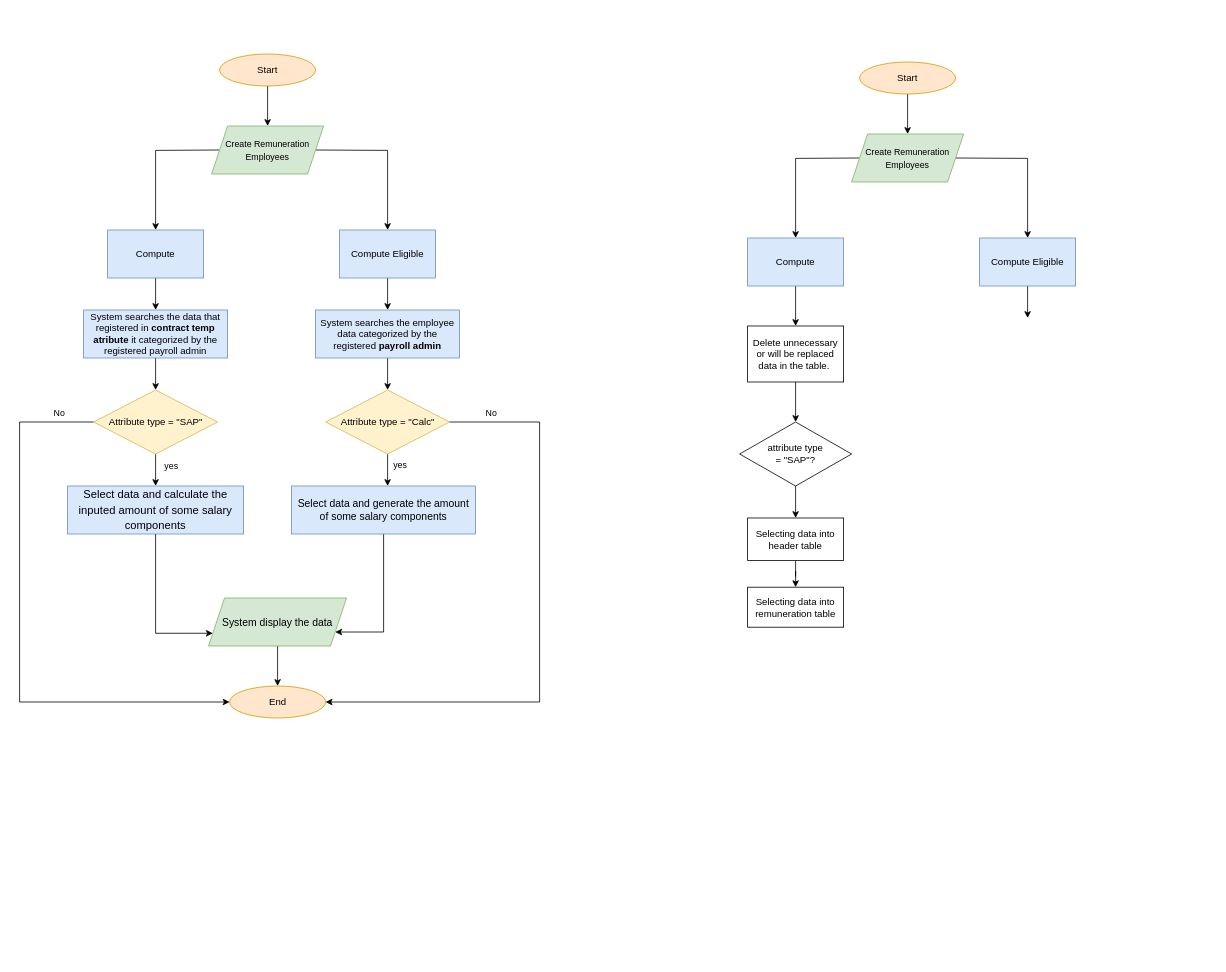
Earlier version of the draw.io diagram Remuneration.drawio (jezreelkosasih/diagram). Source tidied: cells renumbered, new cells numbered last; positions are measured from the earlier drawing's top-left corner, leaving out a move shared by most shapes. Both pictures are drawn from the tidied source at 80%, with x=0, y=0 at pixel (19, 54).
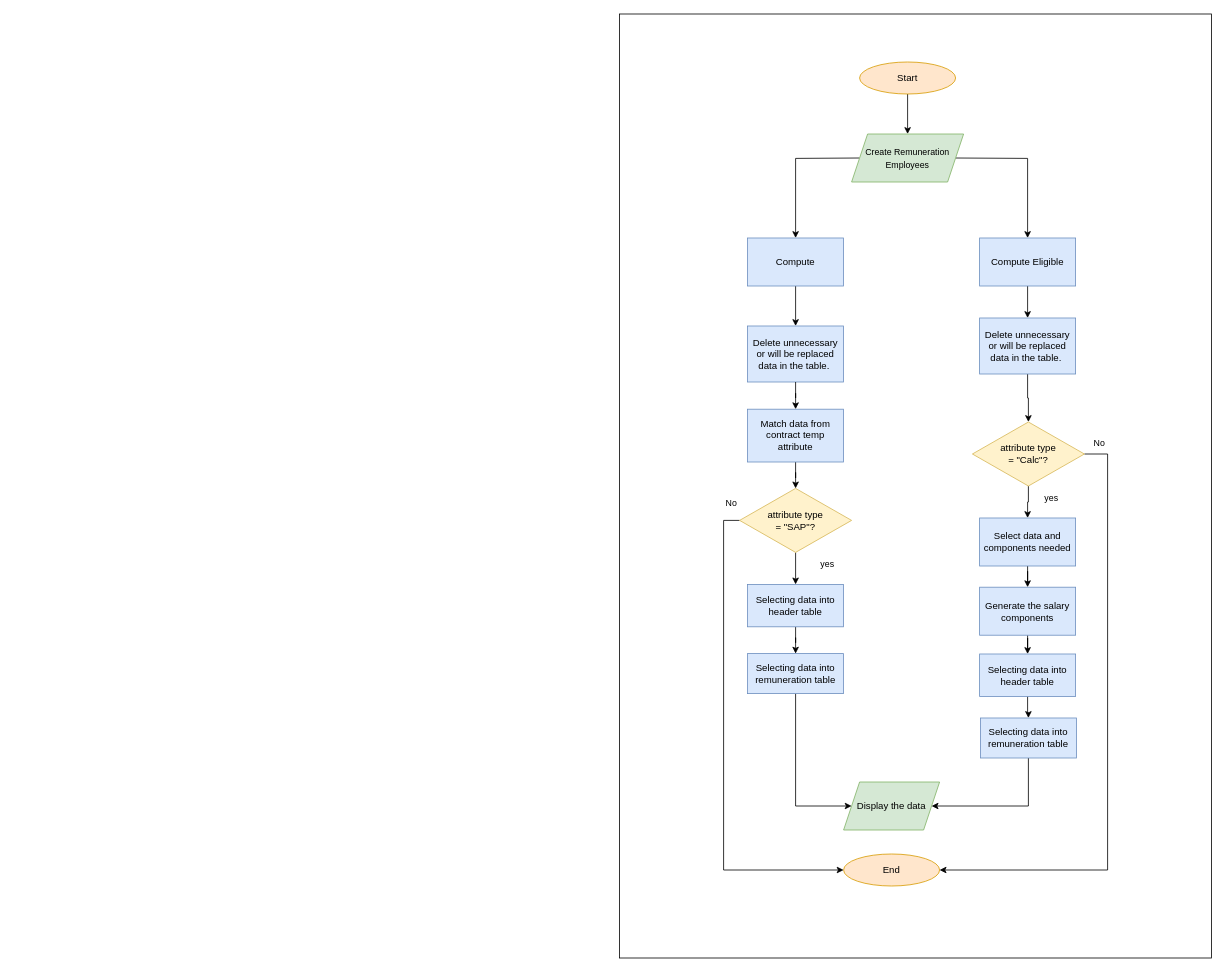
The same page after the edit.

Diff of the diagram source:
```diff
@@
-    <mxCell id="2" style="edgeStyle=orthogonalEdgeStyle;rounded=0;jettySize=auto;html=1;" parent="1" edge="1" source="3">
-      <mxGeometry relative="1" as="geometry">
-        <mxPoint x="310" y="90" as="targetPoint" />
-      </mxGeometry>
-    </mxCell>
-    <mxCell id="3" value="Start" style="ellipse;whiteSpace=wrap;html=1;fillColor=#ffe6cc;strokeColor=#d79b00;" parent="1" vertex="1">
-      <mxGeometry x="250" width="120" height="40" as="geometry" />
-    </mxCell>
-    <mxCell id="4" style="edgeStyle=orthogonalEdgeStyle;rounded=0;jettySize=auto;html=1;" parent="1" edge="1" target="6">
-      <mxGeometry relative="1" as="geometry">
-        <mxPoint x="250" y="120" as="sourcePoint" />
-      </mxGeometry>
-    </mxCell>
-    <mxCell id="5" style="edgeStyle=orthogonalEdgeStyle;rounded=0;jettySize=auto;html=1;fontFamily=Helvetica;fontSize=11;fontColor=#000000;" parent="1" edge="1" source="6" target="25">
-      <mxGeometry relative="1" as="geometry" />
-    </mxCell>
-    <mxCell id="6" value="Compute" style="rounded=0;whiteSpace=wrap;html=1;fillColor=#dae8fc;strokeColor=#6c8ebf;" parent="1" vertex="1">
-      <mxGeometry x="110" y="220" width="120" height="60" as="geometry" />
-    </mxCell>
-    <mxCell id="7" style="edgeStyle=orthogonalEdgeStyle;rounded=0;jettySize=auto;html=1;exitX=1;exitY=0.5;exitDx=0;exitDy=0;" parent="1" edge="1" target="9">
-      <mxGeometry relative="1" as="geometry">
-        <mxPoint x="370" y="120" as="sourcePoint" />
-      </mxGeometry>
-    </mxCell>
-    <mxCell id="8" style="edgeStyle=orthogonalEdgeStyle;rounded=0;jettySize=auto;html=1;entryX=0.5;entryY=0;entryDx=0;entryDy=0;" parent="1" edge="1" source="9" target="27">
-      <mxGeometry relative="1" as="geometry" />
-    </mxCell>
-    <mxCell id="9" value="Compute Eligible" style="rounded=0;whiteSpace=wrap;html=1;fillColor=#dae8fc;strokeColor=#6c8ebf;" parent="1" vertex="1">
-      <mxGeometry x="400" y="220" width="120" height="60" as="geometry" />
-    </mxCell>
-    <mxCell id="10" style="edgeStyle=orthogonalEdgeStyle;rounded=0;jettySize=auto;html=1;" parent="1" edge="1" source="12" target="18">
-      <mxGeometry relative="1" as="geometry" />
-    </mxCell>
-    <mxCell id="11" style="edgeStyle=orthogonalEdgeStyle;rounded=0;jettySize=auto;html=1;entryX=0;entryY=0.5;entryDx=0;entryDy=0;fontFamily=Helvetica;" parent="1" edge="1" source="12" target="16">
-      <mxGeometry relative="1" as="geometry">
-        <Array as="points">
-          <mxPoint y="460" />
-          <mxPoint y="810" />
-        </Array>
-      </mxGeometry>
-    </mxCell>
-    <mxCell id="12" value="Attribute type = &quot;SAP&quot;" style="rhombus;whiteSpace=wrap;html=1;fillColor=#fff2cc;strokeColor=#d6b656;" parent="1" vertex="1">
-      <mxGeometry x="92.5" y="420" width="155" height="80" as="geometry" />
-    </mxCell>
-    <mxCell id="13" style="edgeStyle=orthogonalEdgeStyle;rounded=0;jettySize=auto;html=1;fontFamily=Helvetica;" parent="1" edge="1" source="15" target="20">
-      <mxGeometry relative="1" as="geometry">
-        <Array as="points">
-          <mxPoint x="460" y="530" />
-          <mxPoint x="460" y="530" />
-        </Array>
-      </mxGeometry>
-    </mxCell>
-    <mxCell id="14" style="edgeStyle=orthogonalEdgeStyle;rounded=0;jettySize=auto;html=1;entryX=1;entryY=0.5;entryDx=0;entryDy=0;fontFamily=Helvetica;" parent="1" edge="1" source="15" target="16">
-      <mxGeometry relative="1" as="geometry">
-        <Array as="points">
-          <mxPoint x="650" y="460" />
-          <mxPoint x="650" y="810" />
-        </Array>
-      </mxGeometry>
-    </mxCell>
-    <mxCell id="15" value="Attribute type = &quot;Calc&quot;" style="rhombus;whiteSpace=wrap;html=1;fillColor=#fff2cc;strokeColor=#d6b656;" parent="1" vertex="1">
-      <mxGeometry x="382.5" y="420" width="155" height="80" as="geometry" />
-    </mxCell>
-    <mxCell id="16" value="End" style="ellipse;whiteSpace=wrap;html=1;fillColor=#ffe6cc;strokeColor=#d79b00;" parent="1" vertex="1">
-      <mxGeometry x="262.5" y="790" width="120" height="40" as="geometry" />
-    </mxCell>
-    <mxCell id="17" style="edgeStyle=orthogonalEdgeStyle;rounded=0;jettySize=auto;html=1;fontFamily=Helvetica;fontSize=11;fontColor=#000000;entryX=0;entryY=0.75;entryDx=0;entryDy=0;" parent="1" edge="1" source="18" target="22">
-      <mxGeometry relative="1" as="geometry">
-        <Array as="points">
-          <mxPoint x="170" y="724" />
-        </Array>
-      </mxGeometry>
-    </mxCell>
-    <mxCell id="18" value="&lt;p style=&quot;font-size: 14px; line-height: 19px;&quot;&gt;Select data and calculate the inputed amount of some salary components&lt;/p&gt;" style="rounded=0;whiteSpace=wrap;html=1;fillColor=#dae8fc;strokeColor=#6c8ebf;" parent="1" vertex="1">
-      <mxGeometry x="60" y="540" width="220" height="60" as="geometry" />
-    </mxCell>
-    <mxCell id="19" style="edgeStyle=orthogonalEdgeStyle;rounded=0;jettySize=auto;html=1;entryX=1;entryY=0.75;entryDx=0;entryDy=0;fontFamily=Helvetica;fontSize=11;fontColor=#000000;" parent="1" edge="1" source="20" target="22">
-      <mxGeometry relative="1" as="geometry">
-        <Array as="points">
-          <mxPoint x="455" y="723" />
-        </Array>
-      </mxGeometry>
-    </mxCell>
-    <mxCell id="20" value="&lt;span style=&quot;font-size: 13px;&quot;&gt;Select data and generate the amount of some salary components&lt;/span&gt;" style="rounded=0;whiteSpace=wrap;html=1;fillColor=#dae8fc;strokeColor=#6c8ebf;" parent="1" vertex="1">
-      <mxGeometry x="340" y="540" width="230" height="60" as="geometry" />
-    </mxCell>
-    <mxCell id="21" style="edgeStyle=orthogonalEdgeStyle;rounded=0;jettySize=auto;html=1;fontFamily=Helvetica;fontSize=11;fontColor=#000000;" parent="1" edge="1" source="22" target="16">
-      <mxGeometry relative="1" as="geometry" />
-    </mxCell>
-    <mxCell id="22" value="System display the data" style="shape=parallelogram;perimeter=parallelogramPerimeter;whiteSpace=wrap;html=1;fixedSize=1;labelBackgroundColor=none;fontFamily=Helvetica;fontSize=13;fillColor=#d5e8d4;strokeColor=#82b366;" parent="1" vertex="1">
-      <mxGeometry x="236.2" y="680" width="172.5" height="60" as="geometry" />
-    </mxCell>
-    <mxCell id="23" value="&lt;font style=&quot;font-size: 11px;&quot;&gt;Create Remuneration Employees&lt;/font&gt;" style="shape=parallelogram;perimeter=parallelogramPerimeter;whiteSpace=wrap;html=1;fixedSize=1;labelBackgroundColor=none;fontFamily=Helvetica;fontSize=13;fillColor=#d5e8d4;strokeColor=#82b366;" parent="1" vertex="1">
-      <mxGeometry x="240" y="90" width="140" height="60" as="geometry" />
-    </mxCell>
-    <mxCell id="24" style="edgeStyle=orthogonalEdgeStyle;rounded=0;jettySize=auto;html=1;fontFamily=Helvetica;fontSize=11;fontColor=#000000;" parent="1" edge="1" source="25" target="12">
-      <mxGeometry relative="1" as="geometry" />
-    </mxCell>
-    <mxCell id="25" value="System searches the data that registered in &lt;b&gt;contract temp atribute &lt;/b&gt;it categorized by the registered payroll admin" style="rounded=0;whiteSpace=wrap;html=1;fillColor=#dae8fc;strokeColor=#6c8ebf;" parent="1" vertex="1">
-      <mxGeometry x="80" y="320" width="180" height="60" as="geometry" />
-    </mxCell>
-    <mxCell id="26" style="edgeStyle=orthogonalEdgeStyle;rounded=0;jettySize=auto;html=1;fontFamily=Helvetica;fontSize=11;fontColor=#000000;" parent="1" edge="1" source="27" target="15">
-      <mxGeometry relative="1" as="geometry" />
-    </mxCell>
-    <mxCell id="27" value="System searches the employee data&amp;nbsp;categorized by the registered &lt;b&gt;payroll admin&lt;/b&gt;" style="rounded=0;whiteSpace=wrap;html=1;fillColor=#dae8fc;strokeColor=#6c8ebf;" parent="1" vertex="1">
-      <mxGeometry x="370" y="320" width="180" height="60" as="geometry" />
-    </mxCell>
-    <mxCell id="28" value="&lt;br&gt;No" style="text;html=1;strokeColor=none;fillColor=none;align=center;verticalAlign=middle;whiteSpace=wrap;rounded=0;labelBackgroundColor=none;fontFamily=Helvetica;fontSize=11;fontColor=#000000;" parent="1" vertex="1">
-      <mxGeometry x="20" y="427" width="60" height="30" as="geometry" />
-    </mxCell>
-    <mxCell id="29" value="&lt;br&gt;No" style="text;html=1;strokeColor=none;fillColor=none;align=center;verticalAlign=middle;whiteSpace=wrap;rounded=0;labelBackgroundColor=none;fontFamily=Helvetica;fontSize=11;fontColor=#000000;" parent="1" vertex="1">
-      <mxGeometry x="560" y="427" width="60" height="30" as="geometry" />
-    </mxCell>
-    <mxCell id="30" value="yes" style="text;html=1;strokeColor=none;fillColor=none;align=center;verticalAlign=middle;whiteSpace=wrap;rounded=0;labelBackgroundColor=none;fontFamily=Helvetica;fontSize=11;fontColor=#000000;" parent="1" vertex="1">
-      <mxGeometry x="160" y="500" width="60" height="30" as="geometry" />
-    </mxCell>
-    <mxCell id="31" value="yes" style="text;html=1;strokeColor=none;fillColor=none;align=center;verticalAlign=middle;whiteSpace=wrap;rounded=0;labelBackgroundColor=none;fontFamily=Helvetica;fontSize=11;fontColor=#000000;" parent="1" vertex="1">
-      <mxGeometry x="446" y="499" width="60" height="30" as="geometry" />
-    </mxCell>
@@
-    <mxCell id="42" style="edgeStyle=orthogonalEdgeStyle;rounded=0;jettySize=auto;html=1;fontFamily=Helvetica;fontSize=11;fontColor=#000000;entryX=0.5;entryY=0;entryDx=0;entryDy=0;" parent="1" edge="1" source="43" target="48">
+    <mxCell id="42" style="edgeStyle=orthogonalEdgeStyle;rounded=0;jettySize=auto;html=1;fontFamily=Helvetica;fontSize=11;fontColor=#000000;entryX=0.5;entryY=0;entryDx=0;entryDy=0;startArrow=none;" parent="1" edge="1" source="70" target="48">
       <mxGeometry relative="1" as="geometry" />
     </mxCell>
-    <mxCell id="43" value="&lt;font style=&quot;font-size: 12px;&quot;&gt;Delete unnecessary or will be replaced data in the table.&amp;nbsp;&lt;/font&gt;" style="rounded=0;whiteSpace=wrap;html=1;labelBackgroundColor=none;fontFamily=Helvetica;fontSize=11;fontColor=#000000;" parent="1" vertex="1">
+    <mxCell id="43" value="&lt;font style=&quot;font-size: 12px;&quot;&gt;Delete unnecessary or will be replaced data in the table.&amp;nbsp;&lt;/font&gt;" style="rounded=0;whiteSpace=wrap;html=1;labelBackgroundColor=none;fontFamily=Helvetica;fontSize=11;fillColor=#dae8fc;strokeColor=#6c8ebf;" parent="1" vertex="1">
       <mxGeometry x="910" y="340" width="120" height="70" as="geometry" />
     </mxCell>
@@
-    <mxCell id="45" value="&lt;font style=&quot;font-size: 12px;&quot;&gt;Selecting data into header table&lt;/font&gt;" style="rounded=0;whiteSpace=wrap;html=1;labelBackgroundColor=none;fontFamily=Helvetica;fontSize=11;fontColor=#000000;" parent="1" vertex="1">
-      <mxGeometry x="910" y="580" width="120" height="53" as="geometry" />
+    <mxCell id="45" value="&lt;font style=&quot;font-size: 12px;&quot;&gt;Selecting data into header table&lt;/font&gt;" style="rounded=0;whiteSpace=wrap;html=1;labelBackgroundColor=none;fontFamily=Helvetica;fontSize=11;fillColor=#dae8fc;strokeColor=#6c8ebf;" parent="1" vertex="1">
+      <mxGeometry x="910" y="663" width="120" height="53" as="geometry" />
     </mxCell>
+    <mxCell id="49" style="edgeStyle=orthogonalEdgeStyle;rounded=0;jettySize=auto;html=1;entryX=0;entryY=0.5;entryDx=0;entryDy=0;fontFamily=Helvetica;fontSize=12;fontColor=#000000;" parent="1" edge="1" source="46" target="64">
+      <mxGeometry relative="1" as="geometry">
+        <Array as="points">
+          <mxPoint x="970" y="940" />
+        </Array>
+      </mxGeometry>
+    </mxCell>
-    <mxCell id="46" value="&lt;font style=&quot;font-size: 12px;&quot;&gt;Selecting data into &lt;br&gt;remuneration table&lt;/font&gt;" style="rounded=0;whiteSpace=wrap;html=1;labelBackgroundColor=none;fontFamily=Helvetica;fontSize=11;fontColor=#000000;" parent="1" vertex="1">
-      <mxGeometry x="910" y="666.5" width="120" height="50" as="geometry" />
+    <mxCell id="46" value="&lt;font style=&quot;font-size: 12px;&quot;&gt;Selecting data into &lt;br&gt;remuneration table&lt;/font&gt;" style="rounded=0;whiteSpace=wrap;html=1;labelBackgroundColor=none;fontFamily=Helvetica;fontSize=11;fillColor=#dae8fc;strokeColor=#6c8ebf;" parent="1" vertex="1">
+      <mxGeometry x="910" y="749.5" width="120" height="50" as="geometry" />
     </mxCell>
@@
+    <mxCell id="50" style="edgeStyle=orthogonalEdgeStyle;rounded=0;jettySize=auto;html=1;entryX=0;entryY=0.5;entryDx=0;entryDy=0;fontFamily=Helvetica;fontSize=12;fontColor=#000000;" parent="1" edge="1" source="48" target="16">
+      <mxGeometry relative="1" as="geometry">
+        <Array as="points">
+          <mxPoint x="880" y="583" />
+          <mxPoint x="880" y="1020" />
+        </Array>
+      </mxGeometry>
+    </mxCell>
-    <mxCell id="48" value="attribute type &lt;br&gt;= &quot;SAP&quot;?" style="rhombus;whiteSpace=wrap;html=1;labelBackgroundColor=none;fontFamily=Helvetica;fontSize=12;fontColor=#000000;" parent="1" vertex="1">
-      <mxGeometry x="900" y="460" width="140" height="80" as="geometry" />
+    <mxCell id="48" value="attribute type &lt;br&gt;= &quot;SAP&quot;?" style="rhombus;whiteSpace=wrap;html=1;labelBackgroundColor=none;fontFamily=Helvetica;fontSize=12;fillColor=#fff2cc;strokeColor=#d6b656;" parent="1" vertex="1">
+      <mxGeometry x="900" y="543" width="140" height="80" as="geometry" />
     </mxCell>
+    <mxCell id="51" style="edgeStyle=orthogonalEdgeStyle;rounded=0;jettySize=auto;html=1;fontFamily=Helvetica;fontSize=12;fontColor=#000000;" parent="1" edge="1" source="52" target="55">
+      <mxGeometry relative="1" as="geometry" />
+    </mxCell>
+    <mxCell id="52" value="&lt;font style=&quot;font-size: 12px;&quot;&gt;Delete unnecessary or will be replaced data in the table.&amp;nbsp;&lt;/font&gt;" style="rounded=0;whiteSpace=wrap;html=1;labelBackgroundColor=none;fontFamily=Helvetica;fontSize=11;fillColor=#dae8fc;strokeColor=#6c8ebf;" parent="1" vertex="1">
+      <mxGeometry x="1200" y="330" width="120" height="70" as="geometry" />
+    </mxCell>
+    <mxCell id="53" style="edgeStyle=orthogonalEdgeStyle;rounded=0;jettySize=auto;html=1;fontFamily=Helvetica;fontSize=12;fontColor=#000000;" parent="1" edge="1" source="55" target="57">
+      <mxGeometry relative="1" as="geometry" />
+    </mxCell>
+    <mxCell id="54" style="edgeStyle=orthogonalEdgeStyle;rounded=0;jettySize=auto;html=1;entryX=1;entryY=0.5;entryDx=0;entryDy=0;fontFamily=Helvetica;fontSize=12;fontColor=#000000;" parent="1" edge="1" source="55" target="16">
+      <mxGeometry relative="1" as="geometry">
+        <Array as="points">
+          <mxPoint x="1360" y="500" />
+          <mxPoint x="1360" y="1020" />
+        </Array>
+      </mxGeometry>
+    </mxCell>
+    <mxCell id="55" value="attribute type &lt;br&gt;= &quot;Calc&quot;?" style="rhombus;whiteSpace=wrap;html=1;labelBackgroundColor=none;fontFamily=Helvetica;fontSize=12;fillColor=#fff2cc;strokeColor=#d6b656;" parent="1" vertex="1">
+      <mxGeometry x="1191" y="460" width="140" height="80" as="geometry" />
+    </mxCell>
+    <mxCell id="56" style="edgeStyle=orthogonalEdgeStyle;rounded=0;jettySize=auto;html=1;fontFamily=Helvetica;fontSize=12;fontColor=#000000;" parent="1" edge="1" source="57" target="59">
+      <mxGeometry relative="1" as="geometry" />
+    </mxCell>
+    <mxCell id="57" value="Select data and components needed" style="whiteSpace=wrap;html=1;labelBackgroundColor=none;fillColor=#dae8fc;strokeColor=#6c8ebf;" parent="1" vertex="1">
+      <mxGeometry x="1200" y="580" width="120" height="60" as="geometry" />
+    </mxCell>
+    <mxCell id="58" style="edgeStyle=orthogonalEdgeStyle;rounded=0;jettySize=auto;html=1;fontFamily=Helvetica;fontSize=12;fontColor=#000000;entryX=0.5;entryY=0;entryDx=0;entryDy=0;" parent="1" edge="1" source="59" target="61">
+      <mxGeometry relative="1" as="geometry" />
+    </mxCell>
+    <mxCell id="59" value="Generate the salary components" style="whiteSpace=wrap;html=1;labelBackgroundColor=none;fillColor=#dae8fc;strokeColor=#6c8ebf;" parent="1" vertex="1">
+      <mxGeometry x="1200" y="666.5" width="120" height="60" as="geometry" />
+    </mxCell>
+    <mxCell id="60" style="edgeStyle=orthogonalEdgeStyle;rounded=0;jettySize=auto;html=1;fontFamily=Helvetica;fontSize=11;fontColor=#000000;" parent="1" edge="1" source="61" target="63">
+      <mxGeometry relative="1" as="geometry" />
+    </mxCell>
+    <mxCell id="61" value="&lt;font style=&quot;font-size: 12px;&quot;&gt;Selecting data into header table&lt;/font&gt;" style="rounded=0;whiteSpace=wrap;html=1;labelBackgroundColor=none;fontFamily=Helvetica;fontSize=11;fillColor=#dae8fc;strokeColor=#6c8ebf;" parent="1" vertex="1">
+      <mxGeometry x="1200" y="750" width="120" height="53" as="geometry" />
+    </mxCell>
+    <mxCell id="62" style="edgeStyle=orthogonalEdgeStyle;rounded=0;jettySize=auto;html=1;entryX=1;entryY=0.5;entryDx=0;entryDy=0;fontFamily=Helvetica;fontSize=12;fontColor=#000000;" parent="1" edge="1" source="63" target="64">
+      <mxGeometry relative="1" as="geometry">
+        <Array as="points">
+          <mxPoint x="1261" y="940" />
+        </Array>
+      </mxGeometry>
+    </mxCell>
+    <mxCell id="63" value="&lt;font style=&quot;font-size: 12px;&quot;&gt;Selecting data into &lt;br&gt;remuneration table&lt;/font&gt;" style="rounded=0;whiteSpace=wrap;html=1;labelBackgroundColor=none;fontFamily=Helvetica;fontSize=11;fillColor=#dae8fc;strokeColor=#6c8ebf;" parent="1" vertex="1">
+      <mxGeometry x="1201" y="830" width="120" height="50" as="geometry" />
+    </mxCell>
+    <mxCell id="64" value="Display the data" style="shape=parallelogram;perimeter=parallelogramPerimeter;whiteSpace=wrap;html=1;fixedSize=1;labelBackgroundColor=none;fontFamily=Helvetica;fontSize=12;fillColor=#d5e8d4;strokeColor=#82b366;" parent="1" vertex="1">
+      <mxGeometry x="1030" y="910" width="120" height="60" as="geometry" />
+    </mxCell>
+    <mxCell id="16" value="End" style="ellipse;whiteSpace=wrap;html=1;fillColor=#ffe6cc;strokeColor=#d79b00;" parent="1" vertex="1">
+      <mxGeometry x="1030" y="1000" width="120" height="40" as="geometry" />
+    </mxCell>
+    <mxCell id="65" value="&lt;br&gt;No" style="text;html=1;strokeColor=none;fillColor=none;align=center;verticalAlign=middle;whiteSpace=wrap;rounded=0;labelBackgroundColor=none;fontFamily=Helvetica;fontSize=11;fontColor=#000000;" parent="1" vertex="1">
+      <mxGeometry x="860" y="540" width="60" height="30" as="geometry" />
+    </mxCell>
+    <mxCell id="66" value="&lt;br&gt;No" style="text;html=1;strokeColor=none;fillColor=none;align=center;verticalAlign=middle;whiteSpace=wrap;rounded=0;labelBackgroundColor=none;fontFamily=Helvetica;fontSize=11;fontColor=#000000;" parent="1" vertex="1">
+      <mxGeometry x="1320" y="464" width="60" height="30" as="geometry" />
+    </mxCell>
+    <mxCell id="67" value="yes" style="text;html=1;strokeColor=none;fillColor=none;align=center;verticalAlign=middle;whiteSpace=wrap;rounded=0;labelBackgroundColor=none;fontFamily=Helvetica;fontSize=11;fontColor=#000000;" parent="1" vertex="1">
+      <mxGeometry x="980" y="623" width="60" height="30" as="geometry" />
+    </mxCell>
+    <mxCell id="68" value="yes" style="text;html=1;strokeColor=none;fillColor=none;align=center;verticalAlign=middle;whiteSpace=wrap;rounded=0;labelBackgroundColor=none;fontFamily=Helvetica;fontSize=11;fontColor=#000000;" parent="1" vertex="1">
+      <mxGeometry x="1260" y="540" width="60" height="30" as="geometry" />
+    </mxCell>
+    <mxCell id="69" style="edgeStyle=orthogonalEdgeStyle;rounded=0;jettySize=auto;html=1;fontFamily=Helvetica;fontSize=11;fontColor=#000000;entryX=0.5;entryY=0;entryDx=0;entryDy=0;endArrow=classic;endFill=1;" parent="1" edge="1" source="43" target="70">
+      <mxGeometry relative="1" as="geometry" />
+    </mxCell>
+    <mxCell id="70" value="&lt;span style=&quot;font-size: 12px;&quot;&gt;Match data from contract temp attribute&lt;/span&gt;" style="rounded=0;whiteSpace=wrap;html=1;labelBackgroundColor=none;fontFamily=Helvetica;fontSize=11;fillColor=#dae8fc;strokeColor=#6c8ebf;" parent="1" vertex="1">
+      <mxGeometry x="910" y="444" width="120" height="66" as="geometry" />
+    </mxCell>
+    <mxCell id="71" style="rounded=0;whiteSpace=wrap;html=1;labelBackgroundColor=none;fontFamily=Helvetica;fontSize=12;fontColor=#000000;fillColor=none;" parent="1" vertex="1">
+      <mxGeometry x="750" y="-50" width="740" height="1180" as="geometry" />
+    </mxCell>
```
